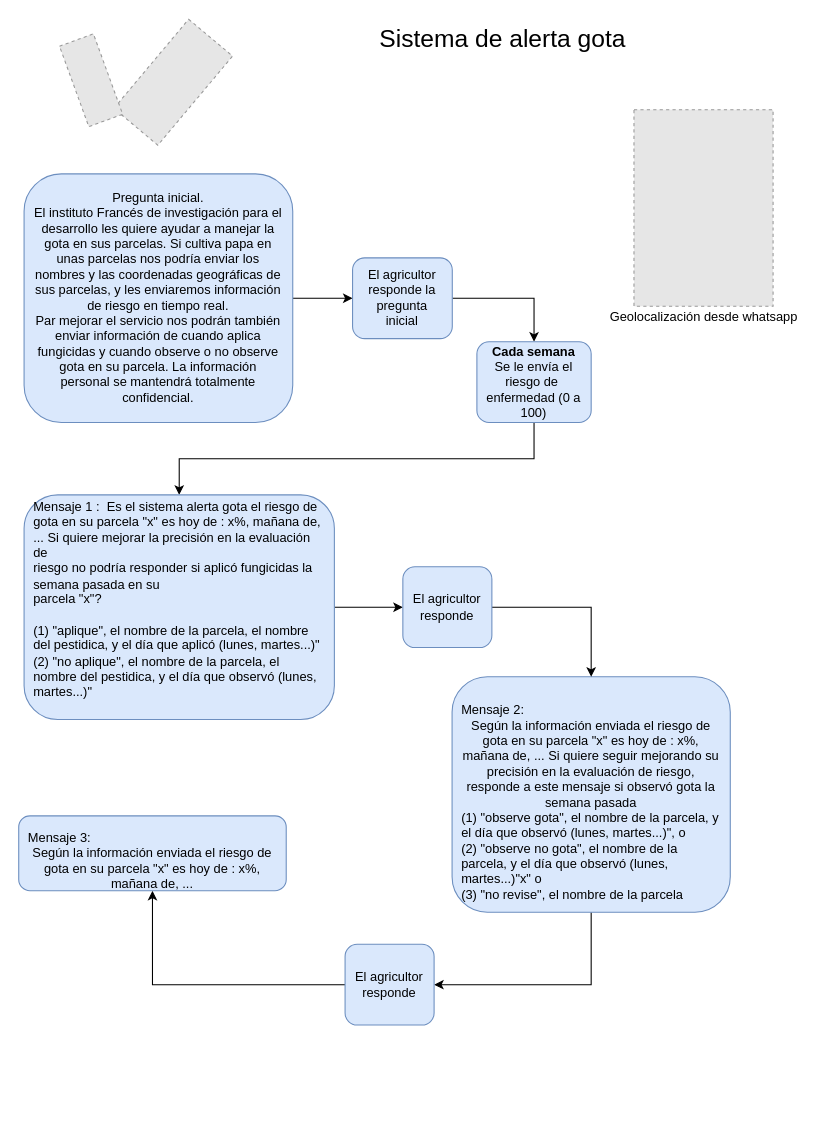
Above: AlertaGota.drawio in stdupas/agromakersPorVoz (draw.io), before the change. Source tidied: cells renumbered, new cells numbered last; positions are measured from the earlier drawing's top-left corner, leaving out a move shared by most shapes. Both pictures are drawn from the tidied source at 107%, with x=0, y=0 at pixel (18, 24). Pictures stored in the file or linked from it are replaced by grey dashed boxes.
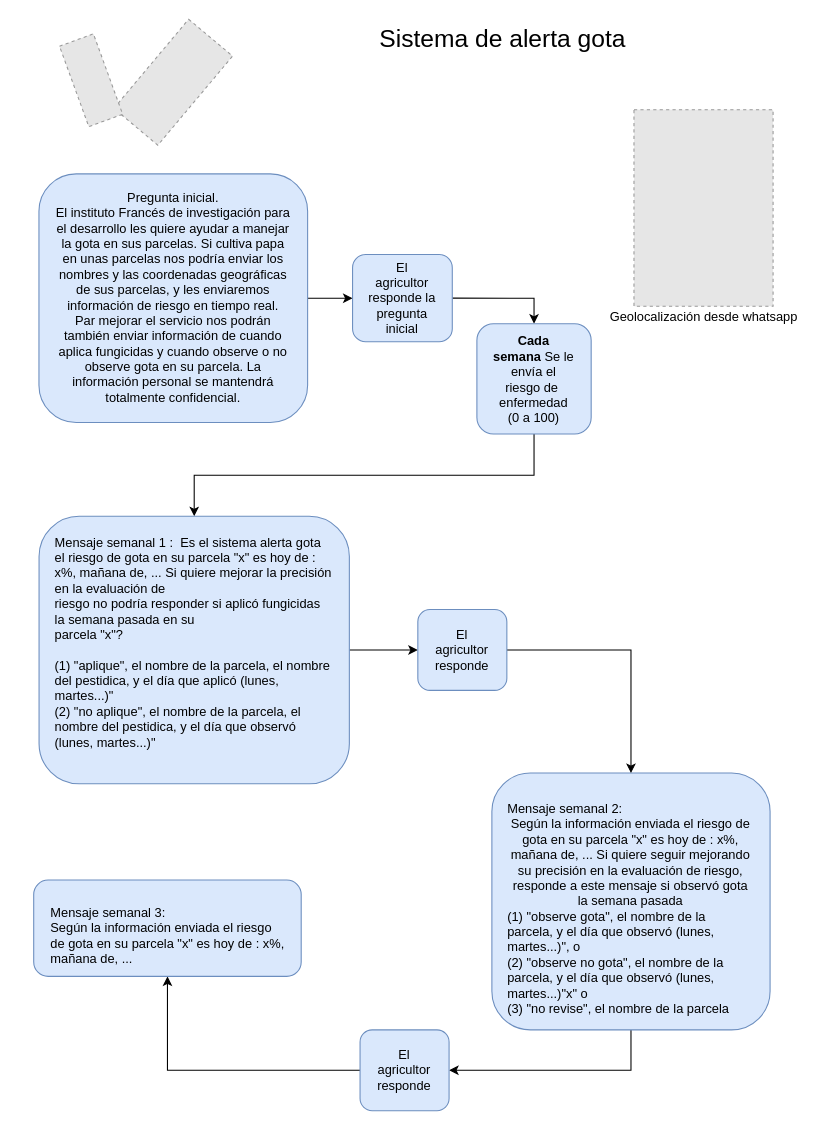
Above is the later version.

Change to the diagram source:
```diff
@@
-    <mxCell id="9" value="El agricultor responde la pregunta inicial" style="rounded=1;whiteSpace=wrap;html=1;fillColor=#dae8fc;strokeColor=#6c8ebf;spacingRight=8;spacingLeft=8;spacingBottom=8;spacingTop=8;" parent="1" vertex="1">
-      <mxGeometry x="312" y="218.5" width="93.2" height="75.5" as="geometry" />
+    <mxCell id="9" value="El agricultor responde la pregunta inicial" style="rounded=1;whiteSpace=wrap;html=1;fillColor=#dae8fc;strokeColor=#6c8ebf;spacingRight=8;spacingLeft=8;spacingBottom=8;spacingTop=8;spacing=8;" parent="1" vertex="1">
+      <mxGeometry x="312" y="215.4" width="93.2" height="81.5" as="geometry" />
     </mxCell>
-    <mxCell id="10" value="&lt;div&gt;Pregunta inicial. &lt;br&gt;&lt;/div&gt;&lt;div&gt;El instituto Francés de investigación para el desarrollo les quiere ayudar a manejar la gota en sus parcelas. Si cultiva papa en unas parcelas nos podría enviar los nombres y las coordenadas geográficas de sus parcelas, y les enviaremos información de riesgo en tiempo real. &lt;br&gt;&lt;/div&gt;&lt;div&gt;Par mejorar el servicio nos podrán también enviar información de cuando aplica fungicidas y cuando observe o no observe gota en su parcela. La información personal se mantendrá totalmente confidencial. &lt;br&gt;&lt;/div&gt;" style="rounded=1;whiteSpace=wrap;html=1;fillColor=#dae8fc;strokeColor=#6c8ebf;spacingRight=8;spacingLeft=8;spacingBottom=8;spacingTop=8;" parent="1" vertex="1">
-      <mxGeometry x="5" y="140" width="251.1" height="232.4" as="geometry" />
+    <mxCell id="10" value="&lt;div&gt;Pregunta inicial. &lt;br&gt;&lt;/div&gt;&lt;div&gt;El instituto Francés de investigación para el desarrollo les quiere ayudar a manejar la gota en sus parcelas. Si cultiva papa en unas parcelas nos podría enviar los nombres y las coordenadas geográficas de sus parcelas, y les enviaremos información de riesgo en tiempo real. &lt;br&gt;&lt;/div&gt;&lt;div&gt;Par mejorar el servicio nos podrán también enviar información de cuando aplica fungicidas y cuando observe o no observe gota en su parcela. La información personal se mantendrá totalmente confidencial. &lt;br&gt;&lt;/div&gt;" style="rounded=1;whiteSpace=wrap;html=1;fillColor=#dae8fc;strokeColor=#6c8ebf;spacingRight=8;spacingLeft=8;spacingBottom=8;spacingTop=8;spacing=8;" parent="1" vertex="1">
+      <mxGeometry x="18.9" y="140" width="251.1" height="232.4" as="geometry" />
     </mxCell>
@@
-    <mxCell id="13" value="&lt;div align=&quot;center&quot;&gt;&lt;br&gt;&lt;/div&gt;&lt;div align=&quot;left&quot;&gt;Mensaje 2:&amp;nbsp; &lt;br&gt;&lt;/div&gt;Según la información enviada el riesgo de gota en su parcela &quot;x&quot; es hoy de : x%, mañana de, ... Si quiere seguir mejorando su precisión en la evaluación de riesgo, responde a este mensaje si observó gota la semana pasada&lt;br&gt;&lt;div align=&quot;left&quot;&gt;(1) &quot;observe gota&quot;, el nombre de la parcela, y el día que observó (lunes, martes...)&quot;, o &lt;br&gt;&lt;/div&gt;&lt;div align=&quot;left&quot;&gt;(2) &quot;observe no gota&quot;, el nombre de la parcela, y el día que observó (lunes, martes...)&quot;x&quot; o &lt;br&gt;&lt;/div&gt;&lt;div align=&quot;left&quot;&gt;(3) &quot;no revise&quot;, el nombre de la parcela&lt;/div&gt;" style="rounded=1;whiteSpace=wrap;html=1;fillColor=#dae8fc;strokeColor=#6c8ebf;spacingRight=8;spacingLeft=8;spacingBottom=8;spacingTop=8;" parent="1" vertex="1">
-      <mxGeometry x="405" y="610" width="260" height="220" as="geometry" />
+    <mxCell id="13" value="&lt;div align=&quot;center&quot;&gt;&lt;br&gt;&lt;/div&gt;&lt;div align=&quot;left&quot;&gt;Mensaje semanal 2:&amp;nbsp; &lt;br&gt;&lt;/div&gt;Según la información enviada el riesgo de gota en su parcela &quot;x&quot; es hoy de : x%, mañana de, ... Si quiere seguir mejorando su precisión en la evaluación de riesgo, responde a este mensaje si observó gota la semana pasada&lt;br&gt;&lt;div align=&quot;left&quot;&gt;(1) &quot;observe gota&quot;, el nombre de la parcela, y el día que observó (lunes, martes...)&quot;, o &lt;br&gt;&lt;/div&gt;&lt;div align=&quot;left&quot;&gt;(2) &quot;observe no gota&quot;, el nombre de la parcela, y el día que observó (lunes, martes...)&quot;x&quot; o &lt;br&gt;&lt;/div&gt;&lt;div align=&quot;left&quot;&gt;(3) &quot;no revise&quot;, el nombre de la parcela&lt;/div&gt;" style="rounded=1;whiteSpace=wrap;html=1;fillColor=#dae8fc;strokeColor=#6c8ebf;spacingRight=8;spacingLeft=8;spacingBottom=8;spacingTop=8;spacing=8;" parent="1" vertex="1">
+      <mxGeometry x="442.2" y="700" width="260" height="240" as="geometry" />
     </mxCell>
@@
-    <mxCell id="15" value="&lt;b&gt;Cada semana&lt;/b&gt; Se le envía el riesgo de&amp;nbsp; enfermedad (0 a 100)" style="rounded=1;whiteSpace=wrap;html=1;fillColor=#dae8fc;strokeColor=#6c8ebf;spacingRight=8;spacingLeft=8;spacingBottom=8;spacingTop=8;" parent="1" vertex="1">
-      <mxGeometry x="428.2" y="296.9" width="106.8" height="75.5" as="geometry" />
+    <mxCell id="15" value="&lt;b&gt;Cada semana&lt;/b&gt; Se le envía el riesgo de&amp;nbsp; enfermedad (0 a 100)" style="rounded=1;whiteSpace=wrap;html=1;fillColor=#dae8fc;strokeColor=#6c8ebf;spacingRight=8;spacingLeft=8;spacingBottom=8;spacingTop=8;spacing=8;" parent="1" vertex="1">
+      <mxGeometry x="428.2" y="280" width="106.8" height="103.1" as="geometry" />
     </mxCell>
@@
-    <mxCell id="17" value="&lt;div align=&quot;center&quot;&gt;&lt;br&gt;&lt;/div&gt;&lt;div align=&quot;left&quot;&gt;Mensaje 1 :&amp;nbsp; Es el sistema alerta gota el riesgo de gota en su parcela &quot;x&quot; es hoy de : x%, mañana de, ... Si quiere mejorar la precisión en la evaluación de &lt;br/&gt;riesgo no podría responder si aplicó fungicidas la semana pasada en su &lt;br/&gt;parcela &quot;x&quot;?&lt;br&gt;&lt;div align=&quot;left&quot;&gt;&lt;br&gt;&lt;/div&gt;&lt;div align=&quot;left&quot;&gt;(1) &quot;aplique&quot;, el nombre de la parcela, el nombre del pestidica, y el día que aplicó (lunes, martes...)&quot; &lt;br&gt;&lt;/div&gt;&lt;div align=&quot;left&quot;&gt;(2) &quot;no aplique&quot;, el nombre de la parcela, el nombre del pestidica, y el día que observó (lunes, martes...)&quot;&lt;/div&gt;&lt;/div&gt;&lt;div align=&quot;left&quot;&gt;&lt;br&gt;&lt;div align=&quot;left&quot;&gt;&lt;br&gt;&lt;/div&gt;&lt;/div&gt;" style="rounded=1;whiteSpace=wrap;html=1;fillColor=#dae8fc;strokeColor=#6c8ebf;spacingRight=8;spacingLeft=8;spacingBottom=8;spacingTop=8;" parent="1" vertex="1">
-      <mxGeometry x="5" y="440" width="290" height="210" as="geometry" />
+    <mxCell id="17" value="&lt;div align=&quot;center&quot;&gt;&lt;br&gt;&lt;/div&gt;&lt;div align=&quot;left&quot;&gt;Mensaje semanal 1 :&amp;nbsp; Es el sistema alerta gota el riesgo de gota en su parcela &quot;x&quot; es hoy de : x%, mañana de, ... Si quiere mejorar la precisión en la evaluación de &lt;br&gt;riesgo no podría responder si aplicó fungicidas la semana pasada en su &lt;br&gt;parcela &quot;x&quot;?&lt;br&gt;&lt;div align=&quot;left&quot;&gt;&lt;br&gt;&lt;/div&gt;&lt;div align=&quot;left&quot;&gt;(1) &quot;aplique&quot;, el nombre de la parcela, el nombre del pestidica, y el día que aplicó (lunes, martes...)&quot; &lt;br&gt;&lt;/div&gt;&lt;div align=&quot;left&quot;&gt;(2) &quot;no aplique&quot;, el nombre de la parcela, el nombre del pestidica, y el día que observó (lunes, martes...)&quot;&lt;/div&gt;&lt;/div&gt;&lt;div align=&quot;left&quot;&gt;&lt;br&gt;&lt;div align=&quot;left&quot;&gt;&lt;br&gt;&lt;/div&gt;&lt;/div&gt;" style="rounded=1;whiteSpace=wrap;html=1;fillColor=#dae8fc;strokeColor=#6c8ebf;spacingRight=8;spacingLeft=8;spacingBottom=8;spacingTop=8;spacing=8;" parent="1" vertex="1">
+      <mxGeometry x="19" y="460" width="290" height="250" as="geometry" />
     </mxCell>
@@
-    <mxCell id="19" value="El agricultor responde " style="rounded=1;whiteSpace=wrap;html=1;fillColor=#dae8fc;strokeColor=#6c8ebf;spacingRight=8;spacingLeft=8;spacingBottom=8;spacingTop=8;" parent="1" vertex="1">
-      <mxGeometry x="359" y="507.2" width="83.2" height="75.5" as="geometry" />
+    <mxCell id="19" value="El agricultor responde " style="rounded=1;whiteSpace=wrap;html=1;fillColor=#dae8fc;strokeColor=#6c8ebf;spacingRight=8;spacingLeft=8;spacingBottom=8;spacingTop=8;spacing=8;" parent="1" vertex="1">
+      <mxGeometry x="373" y="547.2" width="83.2" height="75.5" as="geometry" />
     </mxCell>
-    <mxCell id="20" value="&lt;div align=&quot;center&quot;&gt;&lt;br&gt;&lt;/div&gt;&lt;div align=&quot;left&quot;&gt;Mensaje 3:&amp;nbsp; &lt;br&gt;&lt;/div&gt;Según la información enviada el riesgo de gota en su parcela &quot;x&quot; es hoy de : x%, mañana de, ... " style="rounded=1;whiteSpace=wrap;html=1;fillColor=#dae8fc;strokeColor=#6c8ebf;spacingRight=8;spacingLeft=8;spacingBottom=8;spacingTop=8;" parent="1" vertex="1">
-      <mxGeometry y="740" width="250" height="70" as="geometry" />
+    <mxCell id="20" value="&lt;div&gt;&lt;br&gt;&lt;/div&gt;&lt;div&gt;Mensaje semanal 3:&amp;nbsp; &lt;br&gt;&lt;/div&gt;Según la información enviada el riesgo de gota en su parcela &quot;x&quot; es hoy de : x%, mañana de, ... " style="rounded=1;whiteSpace=wrap;html=1;fillColor=#dae8fc;strokeColor=#6c8ebf;spacingRight=8;spacingLeft=8;spacingBottom=8;spacingTop=8;spacing=8;align=left;" parent="1" vertex="1">
+      <mxGeometry x="14" y="800" width="250" height="90" as="geometry" />
     </mxCell>
-    <mxCell id="21" value="El agricultor responde " style="rounded=1;whiteSpace=wrap;html=1;fillColor=#dae8fc;strokeColor=#6c8ebf;spacingRight=8;spacingLeft=8;spacingBottom=8;spacingTop=8;" parent="1" vertex="1">
-      <mxGeometry x="305" y="860" width="83.2" height="75.5" as="geometry" />
+    <mxCell id="21" value="El agricultor responde " style="rounded=1;whiteSpace=wrap;html=1;fillColor=#dae8fc;strokeColor=#6c8ebf;spacingRight=8;spacingLeft=8;spacingBottom=8;spacingTop=8;spacing=8;" parent="1" vertex="1">
+      <mxGeometry x="319" y="940" width="83.2" height="75.5" as="geometry" />
     </mxCell>
```
